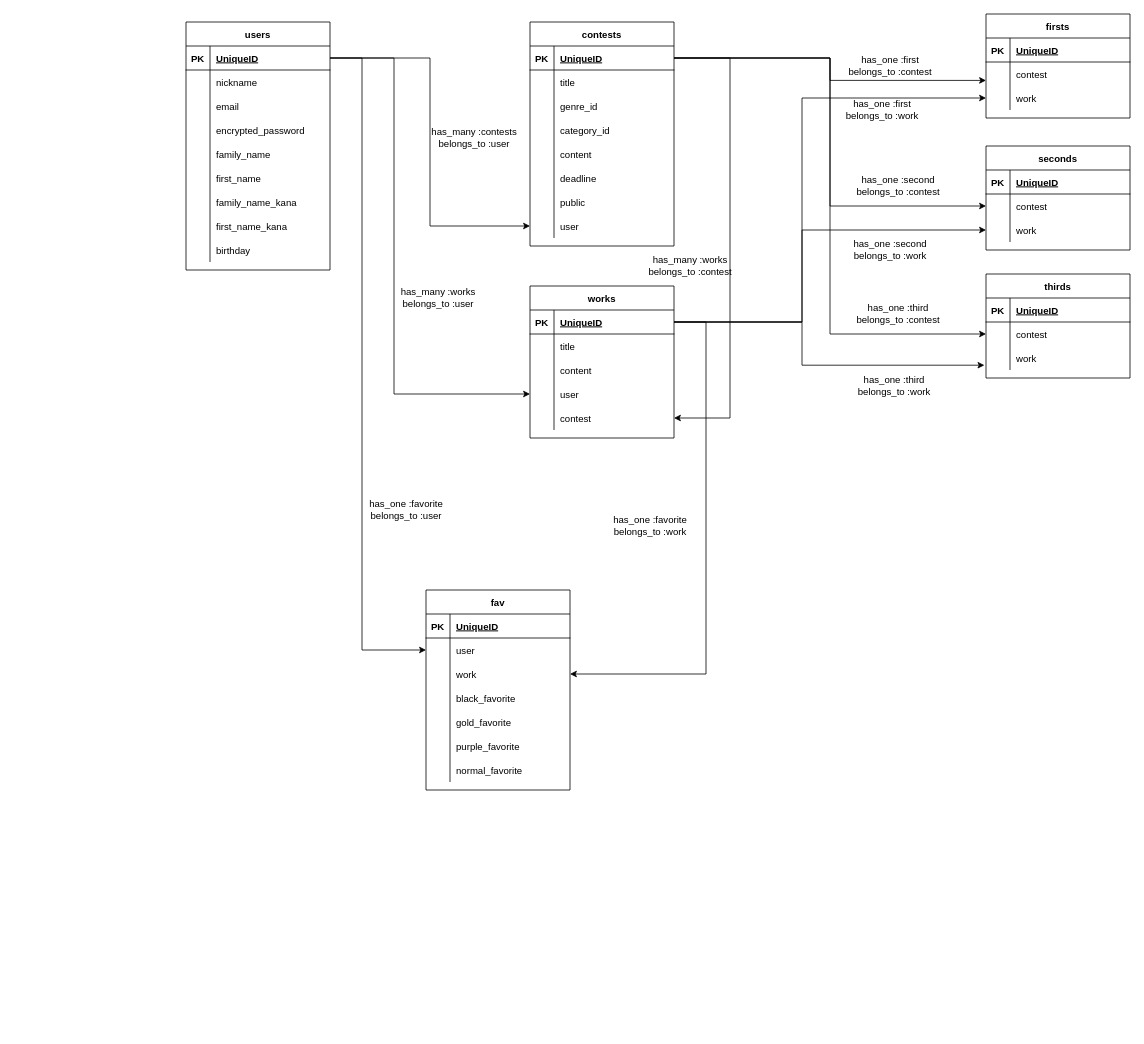
The draw.io diagram e-r.dio in tokiya-takai/moroheiya, before the edit. Source tidied: cells renumbered, new cells numbered last; positions are measured from the earlier drawing's top-left corner, leaving out a move shared by most shapes. Both pictures are drawn from the tidied source at 80%, with x=0, y=0 at pixel (186, 14).
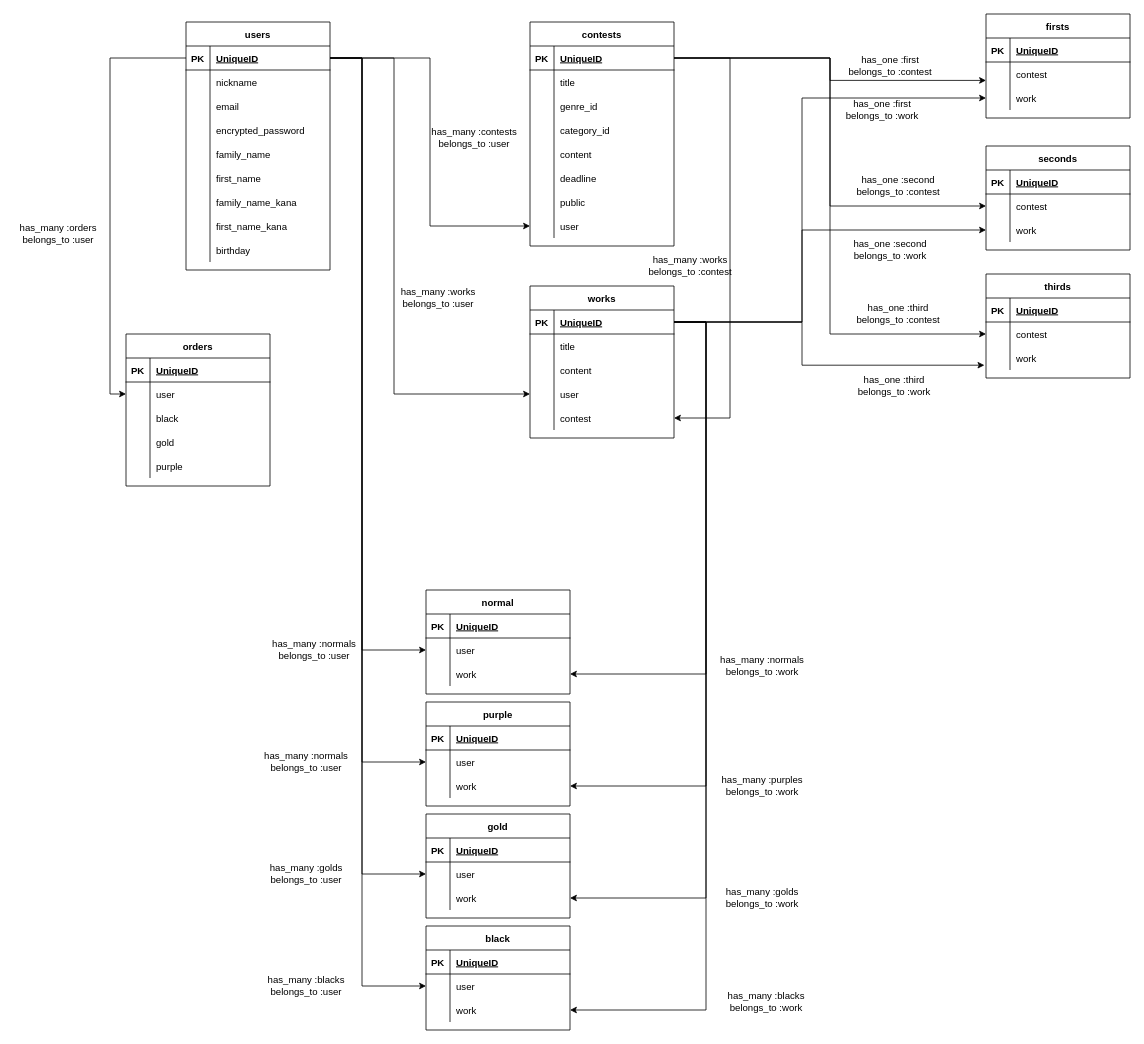
The same page after the edit.

Unchanged cells that the change refers to:
```xml
<mxCell id="3" style="shape=partialRectangle;fillColor=none;top=0;left=0;bottom=1;right=0;points=[[0,0.5],[1,0.5]];portConstraint=eastwest;" parent="2" vertex="1">
  <mxGeometry y="30" width="180" height="30" as="geometry" />
</mxCell>
<mxCell id="56" style="shape=partialRectangle;fillColor=none;top=0;left=0;bottom=1;right=0;points=[[0,0.5],[1,0.5]];portConstraint=eastwest;" parent="55" vertex="1">
  <mxGeometry y="30" width="180" height="30" as="geometry" />
</mxCell>
```

Diff of the diagram source:
```diff
@@
-    <mxCell id="75" value="fav" style="shape=table;startSize=30;childLayout=tableLayout;rowLines=0;fontStyle=1;align=center;" parent="1" vertex="1">
-      <mxGeometry x="300" y="720" width="180" height="250" as="geometry" />
+    <mxCell id="75" value="normal" style="shape=table;startSize=30;childLayout=tableLayout;rowLines=0;fontStyle=1;align=center;" parent="1" vertex="1">
+      <mxGeometry x="300" y="720" width="180" height="130" as="geometry" />
     </mxCell>
@@
-    <mxCell id="85" style="shape=partialRectangle;fillColor=none;top=0;left=0;bottom=0;right=0;" parent="75" vertex="1">
-      <mxGeometry y="120" width="180" height="30" as="geometry" />
-    </mxCell>
-    <mxCell id="86" style="shape=partialRectangle;fillColor=none;top=0;left=0;bottom=0;right=0;overflow=hidden;" parent="85" vertex="1">
-      <mxGeometry width="30" height="30" as="geometry" />
-    </mxCell>
-    <mxCell id="87" value="black_favorite" style="shape=partialRectangle;fillColor=none;top=0;left=0;bottom=0;right=0;align=left;spacingLeft=6;overflow=hidden;" parent="85" vertex="1">
-      <mxGeometry x="30" width="150" height="30" as="geometry" />
-    </mxCell>
-    <mxCell id="88" style="shape=partialRectangle;fillColor=none;top=0;left=0;bottom=0;right=0;" parent="75" vertex="1">
-      <mxGeometry y="150" width="180" height="30" as="geometry" />
-    </mxCell>
-    <mxCell id="89" style="shape=partialRectangle;fillColor=none;top=0;left=0;bottom=0;right=0;overflow=hidden;" parent="88" vertex="1">
-      <mxGeometry width="30" height="30" as="geometry" />
-    </mxCell>
-    <mxCell id="90" value="gold_favorite" style="shape=partialRectangle;fillColor=none;top=0;left=0;bottom=0;right=0;align=left;spacingLeft=6;overflow=hidden;" parent="88" vertex="1">
-      <mxGeometry x="30" width="150" height="30" as="geometry" />
-    </mxCell>
-    <mxCell id="91" style="shape=partialRectangle;fillColor=none;top=0;left=0;bottom=0;right=0;" parent="75" vertex="1">
-      <mxGeometry y="180" width="180" height="30" as="geometry" />
-    </mxCell>
-    <mxCell id="92" style="shape=partialRectangle;fillColor=none;top=0;left=0;bottom=0;right=0;overflow=hidden;" parent="91" vertex="1">
-      <mxGeometry width="30" height="30" as="geometry" />
-    </mxCell>
-    <mxCell id="93" value="purple_favorite" style="shape=partialRectangle;fillColor=none;top=0;left=0;bottom=0;right=0;align=left;spacingLeft=6;overflow=hidden;" parent="91" vertex="1">
-      <mxGeometry x="30" width="150" height="30" as="geometry" />
-    </mxCell>
-    <mxCell id="94" style="shape=partialRectangle;fillColor=none;top=0;left=0;bottom=0;right=0;" parent="75" vertex="1">
-      <mxGeometry y="210" width="180" height="30" as="geometry" />
-    </mxCell>
-    <mxCell id="95" style="shape=partialRectangle;fillColor=none;top=0;left=0;bottom=0;right=0;overflow=hidden;" parent="94" vertex="1">
-      <mxGeometry width="30" height="30" as="geometry" />
-    </mxCell>
-    <mxCell id="96" value="normal_favorite" style="shape=partialRectangle;fillColor=none;top=0;left=0;bottom=0;right=0;align=left;spacingLeft=6;overflow=hidden;" parent="94" vertex="1">
-      <mxGeometry x="30" width="150" height="30" as="geometry" />
-    </mxCell>
@@
-    <mxCell id="101" value="has_one :favorite&lt;br&gt;belongs_to :user" style="text;html=1;align=center;verticalAlign=middle;" parent="1" vertex="1">
-      <mxGeometry x="220" y="605" width="110" height="30" as="geometry" />
+    <mxCell id="101" value="has_many :normals&lt;br&gt;belongs_to :user" style="text;html=1;align=center;verticalAlign=middle;" parent="1" vertex="1">
+      <mxGeometry x="100" y="780" width="120" height="30" as="geometry" />
     </mxCell>
-    <mxCell id="102" value="has_one :favorite&lt;br&gt;belongs_to :work" style="text;html=1;align=center;verticalAlign=middle;" parent="1" vertex="1">
-      <mxGeometry x="525" y="625" width="110" height="30" as="geometry" />
+    <mxCell id="102" value="has_many :normals&lt;br&gt;belongs_to :work" style="text;html=1;align=center;verticalAlign=middle;" parent="1" vertex="1">
+      <mxGeometry x="660" y="800" width="120" height="30" as="geometry" />
     </mxCell>
@@
+    <mxCell id="145" value="orders" style="shape=table;startSize=30;childLayout=tableLayout;rowLines=0;fontStyle=1;align=center;" parent="1" vertex="1">
+      <mxGeometry x="-75" y="400" width="180" height="190" as="geometry" />
+    </mxCell>
+    <mxCell id="146" style="shape=partialRectangle;fillColor=none;top=0;left=0;bottom=1;right=0;" parent="145" vertex="1">
+      <mxGeometry y="30" width="180" height="30" as="geometry" />
+    </mxCell>
+    <mxCell id="147" value="PK" style="shape=partialRectangle;fillColor=none;top=0;left=0;bottom=0;right=0;fontStyle=1;overflow=hidden;" parent="146" vertex="1">
+      <mxGeometry width="30" height="30" as="geometry" />
+    </mxCell>
+    <mxCell id="148" value="UniqueID" style="shape=partialRectangle;fillColor=none;top=0;left=0;bottom=0;right=0;align=left;spacingLeft=6;fontStyle=5;overflow=hidden;" parent="146" vertex="1">
+      <mxGeometry x="30" width="150" height="30" as="geometry" />
+    </mxCell>
+    <mxCell id="149" style="shape=partialRectangle;fillColor=none;top=0;left=0;bottom=0;right=0;points=[[0,0.5],[1,0.5]];portConstraint=eastwest;" parent="145" vertex="1">
+      <mxGeometry y="60" width="180" height="30" as="geometry" />
+    </mxCell>
+    <mxCell id="150" style="shape=partialRectangle;fillColor=none;top=0;left=0;bottom=0;right=0;overflow=hidden;" parent="149" vertex="1">
+      <mxGeometry width="30" height="30" as="geometry" />
+    </mxCell>
+    <mxCell id="151" value="user" style="shape=partialRectangle;fillColor=none;top=0;left=0;bottom=0;right=0;align=left;spacingLeft=6;overflow=hidden;" parent="149" vertex="1">
+      <mxGeometry x="30" width="150" height="30" as="geometry" />
+    </mxCell>
+    <mxCell id="152" style="shape=partialRectangle;fillColor=none;top=0;left=0;bottom=0;right=0;" parent="145" vertex="1">
+      <mxGeometry y="90" width="180" height="30" as="geometry" />
+    </mxCell>
+    <mxCell id="153" style="shape=partialRectangle;fillColor=none;top=0;left=0;bottom=0;right=0;overflow=hidden;" parent="152" vertex="1">
+      <mxGeometry width="30" height="30" as="geometry" />
+    </mxCell>
+    <mxCell id="154" value="black" style="shape=partialRectangle;fillColor=none;top=0;left=0;bottom=0;right=0;align=left;spacingLeft=6;overflow=hidden;" parent="152" vertex="1">
+      <mxGeometry x="30" width="150" height="30" as="geometry" />
+    </mxCell>
+    <mxCell id="85" style="shape=partialRectangle;fillColor=none;top=0;left=0;bottom=0;right=0;" parent="145" vertex="1">
+      <mxGeometry y="120" width="180" height="30" as="geometry" />
+    </mxCell>
+    <mxCell id="155" style="shape=partialRectangle;fillColor=none;top=0;left=0;bottom=0;right=0;overflow=hidden;" parent="85" vertex="1">
+      <mxGeometry width="30" height="30" as="geometry" />
+    </mxCell>
+    <mxCell id="156" value="gold" style="shape=partialRectangle;fillColor=none;top=0;left=0;bottom=0;right=0;align=left;spacingLeft=6;overflow=hidden;" parent="85" vertex="1">
+      <mxGeometry x="30" width="150" height="30" as="geometry" />
+    </mxCell>
+    <mxCell id="88" style="shape=partialRectangle;fillColor=none;top=0;left=0;bottom=0;right=0;" parent="145" vertex="1">
+      <mxGeometry y="150" width="180" height="30" as="geometry" />
+    </mxCell>
+    <mxCell id="157" style="shape=partialRectangle;fillColor=none;top=0;left=0;bottom=0;right=0;overflow=hidden;" parent="88" vertex="1">
+      <mxGeometry width="30" height="30" as="geometry" />
+    </mxCell>
+    <mxCell id="158" value="purple" style="shape=partialRectangle;fillColor=none;top=0;left=0;bottom=0;right=0;align=left;spacingLeft=6;overflow=hidden;" parent="88" vertex="1">
+      <mxGeometry x="30" width="150" height="30" as="geometry" />
+    </mxCell>
+    <mxCell id="159" value="purple" style="shape=table;startSize=30;childLayout=tableLayout;rowLines=0;fontStyle=1;align=center;" parent="1" vertex="1">
+      <mxGeometry x="300" y="860" width="180" height="130" as="geometry" />
+    </mxCell>
+    <mxCell id="160" style="shape=partialRectangle;fillColor=none;top=0;left=0;bottom=1;right=0;" parent="159" vertex="1">
+      <mxGeometry y="30" width="180" height="30" as="geometry" />
+    </mxCell>
+    <mxCell id="161" value="PK" style="shape=partialRectangle;fillColor=none;top=0;left=0;bottom=0;right=0;fontStyle=1;overflow=hidden;" parent="160" vertex="1">
+      <mxGeometry width="30" height="30" as="geometry" />
+    </mxCell>
+    <mxCell id="162" value="UniqueID" style="shape=partialRectangle;fillColor=none;top=0;left=0;bottom=0;right=0;align=left;spacingLeft=6;fontStyle=5;overflow=hidden;" parent="160" vertex="1">
+      <mxGeometry x="30" width="150" height="30" as="geometry" />
+    </mxCell>
+    <mxCell id="163" style="shape=partialRectangle;fillColor=none;top=0;left=0;bottom=0;right=0;points=[[0,0.5],[1,0.5]];portConstraint=eastwest;" parent="159" vertex="1">
+      <mxGeometry y="60" width="180" height="30" as="geometry" />
+    </mxCell>
+    <mxCell id="164" style="shape=partialRectangle;fillColor=none;top=0;left=0;bottom=0;right=0;overflow=hidden;" parent="163" vertex="1">
+      <mxGeometry width="30" height="30" as="geometry" />
+    </mxCell>
+    <mxCell id="165" value="user" style="shape=partialRectangle;fillColor=none;top=0;left=0;bottom=0;right=0;align=left;spacingLeft=6;overflow=hidden;" parent="163" vertex="1">
+      <mxGeometry x="30" width="150" height="30" as="geometry" />
+    </mxCell>
+    <mxCell id="166" style="shape=partialRectangle;fillColor=none;top=0;left=0;bottom=0;right=0;points=[[0,0.5],[1,0.5]];portConstraint=eastwest;" parent="159" vertex="1">
+      <mxGeometry y="90" width="180" height="30" as="geometry" />
+    </mxCell>
+    <mxCell id="167" style="shape=partialRectangle;fillColor=none;top=0;left=0;bottom=0;right=0;overflow=hidden;" parent="166" vertex="1">
+      <mxGeometry width="30" height="30" as="geometry" />
+    </mxCell>
+    <mxCell id="168" value="work" style="shape=partialRectangle;fillColor=none;top=0;left=0;bottom=0;right=0;align=left;spacingLeft=6;overflow=hidden;" parent="166" vertex="1">
+      <mxGeometry x="30" width="150" height="30" as="geometry" />
+    </mxCell>
+    <mxCell id="169" value="gold" style="shape=table;startSize=30;childLayout=tableLayout;rowLines=0;fontStyle=1;align=center;" parent="1" vertex="1">
+      <mxGeometry x="300" y="1000" width="180" height="130" as="geometry" />
+    </mxCell>
+    <mxCell id="170" style="shape=partialRectangle;fillColor=none;top=0;left=0;bottom=1;right=0;" parent="169" vertex="1">
+      <mxGeometry y="30" width="180" height="30" as="geometry" />
+    </mxCell>
+    <mxCell id="171" value="PK" style="shape=partialRectangle;fillColor=none;top=0;left=0;bottom=0;right=0;fontStyle=1;overflow=hidden;" parent="170" vertex="1">
+      <mxGeometry width="30" height="30" as="geometry" />
+    </mxCell>
+    <mxCell id="172" value="UniqueID" style="shape=partialRectangle;fillColor=none;top=0;left=0;bottom=0;right=0;align=left;spacingLeft=6;fontStyle=5;overflow=hidden;" parent="170" vertex="1">
+      <mxGeometry x="30" width="150" height="30" as="geometry" />
+    </mxCell>
+    <mxCell id="173" style="shape=partialRectangle;fillColor=none;top=0;left=0;bottom=0;right=0;points=[[0,0.5],[1,0.5]];portConstraint=eastwest;" parent="169" vertex="1">
+      <mxGeometry y="60" width="180" height="30" as="geometry" />
+    </mxCell>
+    <mxCell id="174" style="shape=partialRectangle;fillColor=none;top=0;left=0;bottom=0;right=0;overflow=hidden;" parent="173" vertex="1">
+      <mxGeometry width="30" height="30" as="geometry" />
+    </mxCell>
+    <mxCell id="175" value="user" style="shape=partialRectangle;fillColor=none;top=0;left=0;bottom=0;right=0;align=left;spacingLeft=6;overflow=hidden;" parent="173" vertex="1">
+      <mxGeometry x="30" width="150" height="30" as="geometry" />
+    </mxCell>
+    <mxCell id="176" style="shape=partialRectangle;fillColor=none;top=0;left=0;bottom=0;right=0;points=[[0,0.5],[1,0.5]];portConstraint=eastwest;" parent="169" vertex="1">
+      <mxGeometry y="90" width="180" height="30" as="geometry" />
+    </mxCell>
+    <mxCell id="177" style="shape=partialRectangle;fillColor=none;top=0;left=0;bottom=0;right=0;overflow=hidden;" parent="176" vertex="1">
+      <mxGeometry width="30" height="30" as="geometry" />
+    </mxCell>
+    <mxCell id="178" value="work" style="shape=partialRectangle;fillColor=none;top=0;left=0;bottom=0;right=0;align=left;spacingLeft=6;overflow=hidden;" parent="176" vertex="1">
+      <mxGeometry x="30" width="150" height="30" as="geometry" />
+    </mxCell>
+    <mxCell id="179" value="black" style="shape=table;startSize=30;childLayout=tableLayout;rowLines=0;fontStyle=1;align=center;" parent="1" vertex="1">
+      <mxGeometry x="300" y="1140" width="180" height="130" as="geometry" />
+    </mxCell>
+    <mxCell id="180" style="shape=partialRectangle;fillColor=none;top=0;left=0;bottom=1;right=0;" parent="179" vertex="1">
+      <mxGeometry y="30" width="180" height="30" as="geometry" />
+    </mxCell>
+    <mxCell id="181" value="PK" style="shape=partialRectangle;fillColor=none;top=0;left=0;bottom=0;right=0;fontStyle=1;overflow=hidden;" parent="180" vertex="1">
+      <mxGeometry width="30" height="30" as="geometry" />
+    </mxCell>
+    <mxCell id="182" value="UniqueID" style="shape=partialRectangle;fillColor=none;top=0;left=0;bottom=0;right=0;align=left;spacingLeft=6;fontStyle=5;overflow=hidden;" parent="180" vertex="1">
+      <mxGeometry x="30" width="150" height="30" as="geometry" />
+    </mxCell>
+    <mxCell id="183" style="shape=partialRectangle;fillColor=none;top=0;left=0;bottom=0;right=0;points=[[0,0.5],[1,0.5]];portConstraint=eastwest;" parent="179" vertex="1">
+      <mxGeometry y="60" width="180" height="30" as="geometry" />
+    </mxCell>
+    <mxCell id="184" style="shape=partialRectangle;fillColor=none;top=0;left=0;bottom=0;right=0;overflow=hidden;" parent="183" vertex="1">
+      <mxGeometry width="30" height="30" as="geometry" />
+    </mxCell>
+    <mxCell id="185" value="user" style="shape=partialRectangle;fillColor=none;top=0;left=0;bottom=0;right=0;align=left;spacingLeft=6;overflow=hidden;" parent="183" vertex="1">
+      <mxGeometry x="30" width="150" height="30" as="geometry" />
+    </mxCell>
+    <mxCell id="186" style="shape=partialRectangle;fillColor=none;top=0;left=0;bottom=0;right=0;points=[[0,0.5],[1,0.5]];portConstraint=eastwest;" parent="179" vertex="1">
+      <mxGeometry y="90" width="180" height="30" as="geometry" />
+    </mxCell>
+    <mxCell id="187" style="shape=partialRectangle;fillColor=none;top=0;left=0;bottom=0;right=0;overflow=hidden;" parent="186" vertex="1">
+      <mxGeometry width="30" height="30" as="geometry" />
+    </mxCell>
+    <mxCell id="188" value="work" style="shape=partialRectangle;fillColor=none;top=0;left=0;bottom=0;right=0;align=left;spacingLeft=6;overflow=hidden;" parent="186" vertex="1">
+      <mxGeometry x="30" width="150" height="30" as="geometry" />
+    </mxCell>
+    <mxCell id="189" style="edgeStyle=orthogonalEdgeStyle;rounded=0;jettySize=auto;html=1;exitX=1;exitY=0.5;exitDx=0;exitDy=0;entryX=0;entryY=0.5;entryDx=0;entryDy=0;" parent="1" edge="1" source="3" target="163">
+      <mxGeometry relative="1" as="geometry">
+        <Array as="points">
+          <mxPoint x="220" y="55" />
+          <mxPoint x="220" y="935" />
+        </Array>
+      </mxGeometry>
+    </mxCell>
+    <mxCell id="190" style="edgeStyle=orthogonalEdgeStyle;rounded=0;jettySize=auto;html=1;exitX=1;exitY=0.5;exitDx=0;exitDy=0;entryX=0;entryY=0.5;entryDx=0;entryDy=0;" parent="1" edge="1" source="3" target="173">
+      <mxGeometry relative="1" as="geometry">
+        <Array as="points">
+          <mxPoint x="220" y="55" />
+          <mxPoint x="220" y="1075" />
+        </Array>
+      </mxGeometry>
+    </mxCell>
+    <mxCell id="191" style="edgeStyle=orthogonalEdgeStyle;rounded=0;jettySize=auto;html=1;exitX=1;exitY=0.5;exitDx=0;exitDy=0;entryX=0;entryY=0.5;entryDx=0;entryDy=0;" parent="1" edge="1" source="3" target="183">
+      <mxGeometry relative="1" as="geometry">
+        <Array as="points">
+          <mxPoint x="220" y="55" />
+          <mxPoint x="220" y="1215" />
+        </Array>
+      </mxGeometry>
+    </mxCell>
+    <mxCell id="192" value="has_many :normals&lt;br&gt;belongs_to :user" style="text;html=1;align=center;verticalAlign=middle;" parent="1" vertex="1">
+      <mxGeometry x="90" y="920" width="120" height="30" as="geometry" />
+    </mxCell>
+    <mxCell id="193" value="has_many :golds&lt;br&gt;belongs_to :user" style="text;html=1;align=center;verticalAlign=middle;" parent="1" vertex="1">
+      <mxGeometry x="95" y="1060" width="110" height="30" as="geometry" />
+    </mxCell>
+    <mxCell id="194" value="has_many :blacks&lt;br&gt;belongs_to :user" style="text;html=1;align=center;verticalAlign=middle;" parent="1" vertex="1">
+      <mxGeometry x="95" y="1200" width="110" height="30" as="geometry" />
+    </mxCell>
+    <mxCell id="195" style="edgeStyle=orthogonalEdgeStyle;rounded=0;jettySize=auto;html=1;exitX=1;exitY=0.5;exitDx=0;exitDy=0;entryX=1;entryY=0.5;entryDx=0;entryDy=0;" parent="1" edge="1" source="56" target="166">
+      <mxGeometry relative="1" as="geometry">
+        <Array as="points">
+          <mxPoint x="650" y="385" />
+          <mxPoint x="650" y="965" />
+        </Array>
+      </mxGeometry>
+    </mxCell>
+    <mxCell id="196" style="edgeStyle=orthogonalEdgeStyle;rounded=0;jettySize=auto;html=1;exitX=1;exitY=0.5;exitDx=0;exitDy=0;entryX=1;entryY=0.5;entryDx=0;entryDy=0;" parent="1" edge="1" source="56" target="176">
+      <mxGeometry relative="1" as="geometry">
+        <Array as="points">
+          <mxPoint x="650" y="385" />
+          <mxPoint x="650" y="1105" />
+        </Array>
+      </mxGeometry>
+    </mxCell>
+    <mxCell id="197" value="has_many :purples&lt;br&gt;belongs_to :work" style="text;html=1;align=center;verticalAlign=middle;" parent="1" vertex="1">
+      <mxGeometry x="660" y="950" width="120" height="30" as="geometry" />
+    </mxCell>
+    <mxCell id="198" value="has_many :golds&lt;br&gt;belongs_to :work" style="text;html=1;align=center;verticalAlign=middle;" parent="1" vertex="1">
+      <mxGeometry x="665" y="1090" width="110" height="30" as="geometry" />
+    </mxCell>
+    <mxCell id="199" style="edgeStyle=orthogonalEdgeStyle;rounded=0;jettySize=auto;html=1;exitX=1;exitY=0.5;exitDx=0;exitDy=0;entryX=1;entryY=0.5;entryDx=0;entryDy=0;" parent="1" edge="1" source="56" target="186">
+      <mxGeometry relative="1" as="geometry">
+        <Array as="points">
+          <mxPoint x="650" y="385" />
+          <mxPoint x="650" y="1245" />
+        </Array>
+      </mxGeometry>
+    </mxCell>
+    <mxCell id="200" value="has_many :blacks&lt;br&gt;belongs_to :work" style="text;html=1;align=center;verticalAlign=middle;" parent="1" vertex="1">
+      <mxGeometry x="670" y="1220" width="110" height="30" as="geometry" />
+    </mxCell>
+    <mxCell id="201" style="edgeStyle=orthogonalEdgeStyle;rounded=0;jettySize=auto;html=1;exitX=0;exitY=0.5;exitDx=0;exitDy=0;entryX=0;entryY=0.5;entryDx=0;entryDy=0;" parent="1" edge="1" source="3" target="149">
+      <mxGeometry relative="1" as="geometry" />
+    </mxCell>
+    <mxCell id="202" value="has_many :orders&lt;br&gt;belongs_to :user" style="text;html=1;align=center;verticalAlign=middle;" parent="1" vertex="1">
+      <mxGeometry x="-215" y="260" width="110" height="30" as="geometry" />
+    </mxCell>
```
